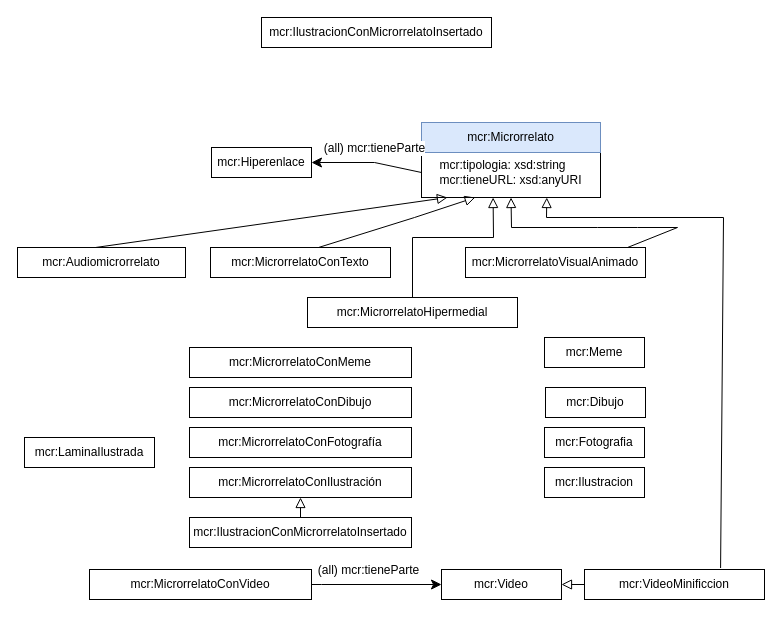
marianofl1971/microrrelatos keeps this draw.io diagram as suclassesDeMicrorrelatos.drawio. Above is the earlier version. Source tidied: cells renumbered, new cells numbered last; positions are measured from the earlier drawing's top-left corner, leaving out a move shared by most shapes. Both pictures are drawn from the tidied source at 100%, with x=0, y=0 at pixel (17, 17).
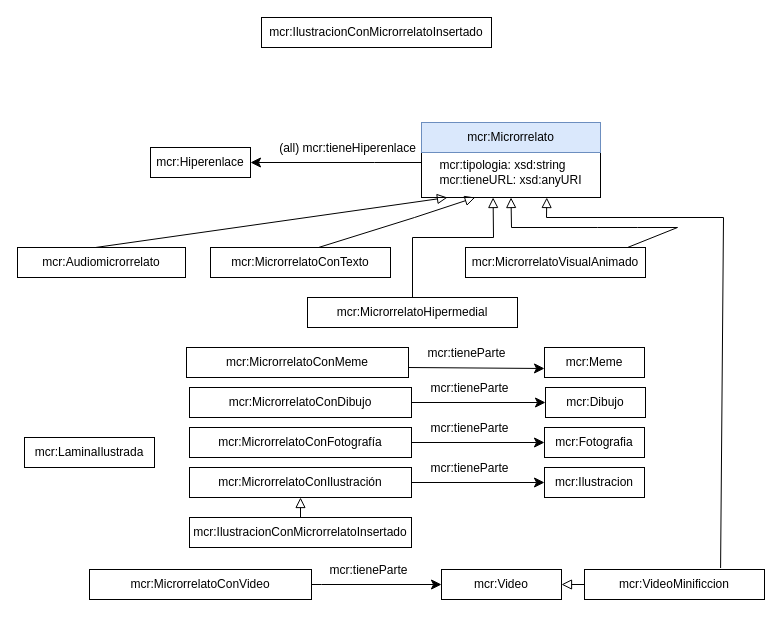
The same page after the edit.

Commit message (it also covers changes not shown here):
Cambiando microrrelato multimedia por microrrelato hipermedial

The change refers to these unchanged cells:
```xml
<mxCell id="4" value="&lt;div align=&quot;left&quot;&gt;mcr:tipologia: xsd:string&lt;/div&gt;&lt;div&gt;mcr:tieneURL: xsd:anyURI&lt;br&gt;&lt;/div&gt;" style="rounded=0;whiteSpace=wrap;html=1;snapToPoint=1;points=[[0.1,0],[0.2,0],[0.3,0],[0.4,0],[0.5,0],[0.6,0],[0.7,0],[0.8,0],[0.9,0],[0,0.1],[0,0.3],[0,0.5],[0,0.7],[0,0.9],[0.1,1],[0.2,1],[0.3,1],[0.4,1],[0.5,1],[0.6,1],[0.7,1],[0.8,1],[0.9,1],[1,0.1],[1,0.3],[1,0.5],[1,0.7],[1,0.9]];" parent="1" vertex="1">
  <mxGeometry x="404" y="130" width="179" height="50" as="geometry" />
</mxCell>
<mxCell id="19" value="mcr:Dibujo" style="rounded=0;whiteSpace=wrap;html=1;snapToPoint=1;points=[[0.1,0],[0.2,0],[0.3,0],[0.4,0],[0.5,0],[0.6,0],[0.7,0],[0.8,0],[0.9,0],[0,0.1],[0,0.3],[0,0.5],[0,0.7],[0,0.9],[0.1,1],[0.2,1],[0.3,1],[0.4,1],[0.5,1],[0.6,1],[0.7,1],[0.8,1],[0.9,1],[1,0.1],[1,0.3],[1,0.5],[1,0.7],[1,0.9]];" parent="1" vertex="1">
  <mxGeometry x="528" y="370" width="100" height="30" as="geometry" />
</mxCell>
<mxCell id="20" value="mcr:MicrorrelatoConFotografía" style="rounded=0;whiteSpace=wrap;html=1;snapToPoint=1;points=[[0.1,0],[0.2,0],[0.3,0],[0.4,0],[0.5,0],[0.6,0],[0.7,0],[0.8,0],[0.9,0],[0,0.1],[0,0.3],[0,0.5],[0,0.7],[0,0.9],[0.1,1],[0.2,1],[0.3,1],[0.4,1],[0.5,1],[0.6,1],[0.7,1],[0.8,1],[0.9,1],[1,0.1],[1,0.3],[1,0.5],[1,0.7],[1,0.9]];" parent="1" vertex="1">
  <mxGeometry x="172" y="410" width="222" height="30" as="geometry" />
</mxCell>
<mxCell id="21" value="mcr:MicrorrelatoConIlustración" style="rounded=0;whiteSpace=wrap;html=1;snapToPoint=1;points=[[0.1,0],[0.2,0],[0.3,0],[0.4,0],[0.5,0],[0.6,0],[0.7,0],[0.8,0],[0.9,0],[0,0.1],[0,0.3],[0,0.5],[0,0.7],[0,0.9],[0.1,1],[0.2,1],[0.3,1],[0.4,1],[0.5,1],[0.6,1],[0.7,1],[0.8,1],[0.9,1],[1,0.1],[1,0.3],[1,0.5],[1,0.7],[1,0.9]];" parent="1" vertex="1">
  <mxGeometry x="172" y="450" width="222" height="30" as="geometry" />
</mxCell>
<mxCell id="22" value="mcr:MicrorrelatoConDibujo" style="rounded=0;whiteSpace=wrap;html=1;snapToPoint=1;points=[[0.1,0],[0.2,0],[0.3,0],[0.4,0],[0.5,0],[0.6,0],[0.7,0],[0.8,0],[0.9,0],[0,0.1],[0,0.3],[0,0.5],[0,0.7],[0,0.9],[0.1,1],[0.2,1],[0.3,1],[0.4,1],[0.5,1],[0.6,1],[0.7,1],[0.8,1],[0.9,1],[1,0.1],[1,0.3],[1,0.5],[1,0.7],[1,0.9]];" parent="1" vertex="1">
  <mxGeometry x="172" y="370" width="222" height="30" as="geometry" />
</mxCell>
<mxCell id="24" style="endArrow=classic;html=1;exitX=1;exitY=0.5;exitDx=0;exitDy=0;endSize=8;entryX=0;entryY=0.5;entryDx=0;entryDy=0;arcSize=0;" parent="1" edge="1" source="23" target="17">
  <mxGeometry relative="1" as="geometry">
    <Array as="points">
      <mxPoint x="304" y="567" />
    </Array>
  </mxGeometry>
</mxCell>
<mxCell id="26" value="mcr:Ilustracion" style="rounded=0;whiteSpace=wrap;html=1;snapToPoint=1;points=[[0.1,0],[0.2,0],[0.3,0],[0.4,0],[0.5,0],[0.6,0],[0.7,0],[0.8,0],[0.9,0],[0,0.1],[0,0.3],[0,0.5],[0,0.7],[0,0.9],[0.1,1],[0.2,1],[0.3,1],[0.4,1],[0.5,1],[0.6,1],[0.7,1],[0.8,1],[0.9,1],[1,0.1],[1,0.3],[1,0.5],[1,0.7],[1,0.9]];" parent="1" vertex="1">
  <mxGeometry x="527" y="450" width="100" height="30" as="geometry" />
</mxCell>
<mxCell id="28" value="mcr:Fotografia" style="rounded=0;whiteSpace=wrap;html=1;snapToPoint=1;points=[[0.1,0],[0.2,0],[0.3,0],[0.4,0],[0.5,0],[0.6,0],[0.7,0],[0.8,0],[0.9,0],[0,0.1],[0,0.3],[0,0.5],[0,0.7],[0,0.9],[0.1,1],[0.2,1],[0.3,1],[0.4,1],[0.5,1],[0.6,1],[0.7,1],[0.8,1],[0.9,1],[1,0.1],[1,0.3],[1,0.5],[1,0.7],[1,0.9]];" parent="1" vertex="1">
  <mxGeometry x="527" y="410" width="100" height="30" as="geometry" />
</mxCell>
```

Change to the diagram source:
```diff
@@
     <mxCell id="16" value="mcr:Hiperenlace" style="rounded=0;whiteSpace=wrap;html=1;snapToPoint=1;points=[[0.1,0],[0.2,0],[0.3,0],[0.4,0],[0.5,0],[0.6,0],[0.7,0],[0.8,0],[0.9,0],[0,0.1],[0,0.3],[0,0.5],[0,0.7],[0,0.9],[0.1,1],[0.2,1],[0.3,1],[0.4,1],[0.5,1],[0.6,1],[0.7,1],[0.8,1],[0.9,1],[1,0.1],[1,0.3],[1,0.5],[1,0.7],[1,0.9]];" parent="1" vertex="1">
-      <mxGeometry x="194" y="130" width="100" height="30" as="geometry" />
+      <mxGeometry x="133" y="130" width="100" height="30" as="geometry" />
     </mxCell>
@@
-    <mxCell id="25" value="(all) mcr:tieneParte" style="text;html=1;align=center;verticalAlign=middle;labelBackgroundColor=#ffffff;" parent="24" vertex="1">
+    <mxCell id="25" value="mcr:tieneParte" style="text;html=1;align=center;verticalAlign=middle;labelBackgroundColor=#ffffff;" parent="24" vertex="1">
       <mxGeometry x="-0.13" relative="1" as="geometry">
         <mxPoint x="-1" y="-15" as="offset" />
       </mxGeometry>
     </mxCell>
@@
     <mxCell id="30" value="mcr:Meme" style="rounded=0;whiteSpace=wrap;html=1;snapToPoint=1;points=[[0.1,0],[0.2,0],[0.3,0],[0.4,0],[0.5,0],[0.6,0],[0.7,0],[0.8,0],[0.9,0],[0,0.1],[0,0.3],[0,0.5],[0,0.7],[0,0.9],[0.1,1],[0.2,1],[0.3,1],[0.4,1],[0.5,1],[0.6,1],[0.7,1],[0.8,1],[0.9,1],[1,0.1],[1,0.3],[1,0.5],[1,0.7],[1,0.9]];" parent="1" vertex="1">
-      <mxGeometry x="527" y="320" width="100" height="30" as="geometry" />
+      <mxGeometry x="527" y="330" width="100" height="30" as="geometry" />
     </mxCell>
     <mxCell id="31" value="mcr:MicrorrelatoConMeme" style="rounded=0;whiteSpace=wrap;html=1;snapToPoint=1;points=[[0.1,0],[0.2,0],[0.3,0],[0.4,0],[0.5,0],[0.6,0],[0.7,0],[0.8,0],[0.9,0],[0,0.1],[0,0.3],[0,0.5],[0,0.7],[0,0.9],[0.1,1],[0.2,1],[0.3,1],[0.4,1],[0.5,1],[0.6,1],[0.7,1],[0.8,1],[0.9,1],[1,0.1],[1,0.3],[1,0.5],[1,0.7],[1,0.9]];" parent="1" vertex="1">
-      <mxGeometry x="172" y="330" width="222" height="30" as="geometry" />
+      <mxGeometry x="169" y="330" width="222" height="30" as="geometry" />
     </mxCell>
-    <mxCell id="32" style="endArrow=classic;html=1;exitX=0;exitY=0.5;exitDx=0;exitDy=0;endSize=8;entryX=1;entryY=0.5;entryDx=0;entryDy=0;arcSize=0;" parent="1" edge="1" source="4" target="16">
+    <mxCell id="32" style="endArrow=classic;html=1;exitX=0;exitY=0.3;exitDx=0;exitDy=0;endSize=8;entryX=1;entryY=0.5;entryDx=0;entryDy=0;arcSize=0;" parent="1" edge="1" source="4" target="16">
       <mxGeometry relative="1" as="geometry">
         <Array as="points">
           <mxPoint x="357" y="145" />
         </Array>
       </mxGeometry>
     </mxCell>
-    <mxCell id="33" value="(all) mcr:tieneParte" style="text;html=1;align=center;verticalAlign=middle;labelBackgroundColor=#ffffff;" parent="32" vertex="1">
+    <mxCell id="33" value="(all) mcr:tieneHiperenlace" style="text;html=1;align=center;verticalAlign=middle;labelBackgroundColor=#ffffff;" parent="32" vertex="1">
       <mxGeometry x="-0.13" relative="1" as="geometry">
         <mxPoint x="-1" y="-15" as="offset" />
       </mxGeometry>
     </mxCell>
+    <mxCell id="34" style="endArrow=classic;html=1;exitX=1;exitY=0.667;exitDx=0;exitDy=0;endSize=8;entryX=0;entryY=0.7;entryDx=0;entryDy=0;arcSize=0;exitPerimeter=0;" parent="1" edge="1" source="31" target="30">
+      <mxGeometry relative="1" as="geometry" />
+    </mxCell>
+    <mxCell id="35" value="mcr:tieneParte" style="text;html=1;align=center;verticalAlign=middle;labelBackgroundColor=#ffffff;" parent="34" vertex="1">
+      <mxGeometry x="-0.13" relative="1" as="geometry">
+        <mxPoint x="-1" y="-15" as="offset" />
+      </mxGeometry>
+    </mxCell>
+    <mxCell id="36" style="endArrow=classic;html=1;exitX=1;exitY=0.5;exitDx=0;exitDy=0;endSize=8;entryX=0;entryY=0.5;entryDx=0;entryDy=0;arcSize=0;" parent="1" edge="1" source="22" target="19">
+      <mxGeometry relative="1" as="geometry" />
+    </mxCell>
+    <mxCell id="37" value="mcr:tieneParte" style="text;html=1;align=center;verticalAlign=middle;labelBackgroundColor=#ffffff;" parent="36" vertex="1">
+      <mxGeometry x="-0.13" relative="1" as="geometry">
+        <mxPoint x="-1" y="-15" as="offset" />
+      </mxGeometry>
+    </mxCell>
+    <mxCell id="38" style="endArrow=classic;html=1;exitX=1;exitY=0.5;exitDx=0;exitDy=0;endSize=8;arcSize=0;" parent="1" edge="1" source="20" target="28">
+      <mxGeometry relative="1" as="geometry" />
+    </mxCell>
+    <mxCell id="39" value="mcr:tieneParte" style="text;html=1;align=center;verticalAlign=middle;labelBackgroundColor=#ffffff;" parent="38" vertex="1">
+      <mxGeometry x="-0.13" relative="1" as="geometry">
+        <mxPoint x="-1" y="-15" as="offset" />
+      </mxGeometry>
+    </mxCell>
+    <mxCell id="40" style="endArrow=classic;html=1;exitX=1;exitY=0.5;exitDx=0;exitDy=0;endSize=8;arcSize=0;entryX=0;entryY=0.5;entryDx=0;entryDy=0;" parent="1" edge="1" source="21" target="26">
+      <mxGeometry relative="1" as="geometry" />
+    </mxCell>
+    <mxCell id="41" value="mcr:tieneParte" style="text;html=1;align=center;verticalAlign=middle;labelBackgroundColor=#ffffff;" parent="40" vertex="1">
+      <mxGeometry x="-0.13" relative="1" as="geometry">
+        <mxPoint x="-1" y="-15" as="offset" />
+      </mxGeometry>
+    </mxCell>
```
